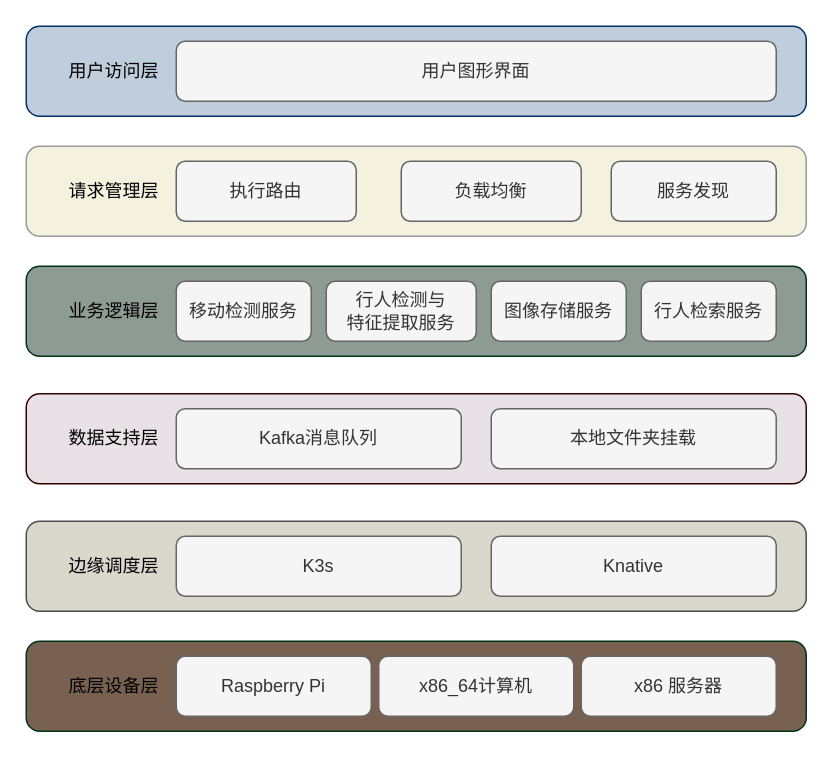
Above: page "系统总体框架" (4 of 6) of directory/边缘架构.drawio in lllwwwooo/draw.io (draw.io), before the change. Source tidied: cells renumbered, new cells numbered last; positions are measured from the earlier drawing's top-left corner, leaving out a move shared by most shapes. Both pictures are drawn from the tidied source at 150%, with x=0, y=0 at pixel (26, 26).
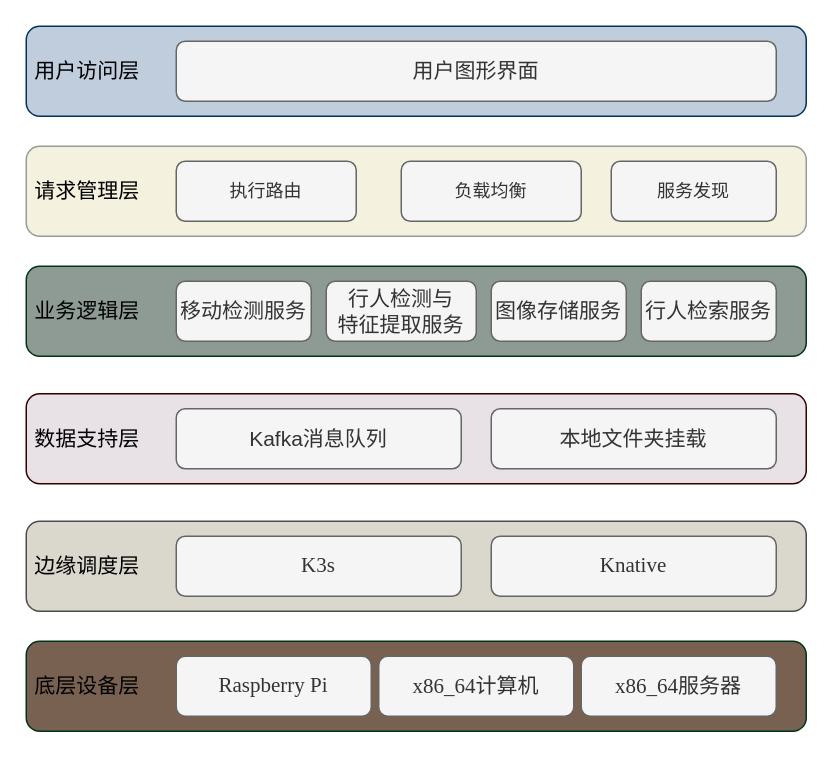
Above is the later version.

Change to the diagram source:
```diff
@@
-    <mxCell id="2" value="&lt;span style=&quot;white-space: pre;&quot;&gt;&#9;&lt;/span&gt;用户访问层" style="rounded=1;whiteSpace=wrap;html=1;align=left;fillColor=#BFCDDC;strokeColor=light-dark(#003366,#626D68);" parent="1" vertex="1">
+    <mxCell id="2" value="&lt;font face=&quot;宋体&quot; style=&quot;font-size: 14px;&quot;&gt;&amp;nbsp;用户访问层&lt;/font&gt;" style="rounded=1;whiteSpace=wrap;html=1;align=left;fillColor=#BFCDDC;strokeColor=light-dark(#003366,#626D68);" parent="1" vertex="1">
       <mxGeometry width="520" height="60" as="geometry" />
     </mxCell>
-    <mxCell id="3" value="用户图形界面" style="rounded=1;whiteSpace=wrap;html=1;fillColor=#f5f5f5;strokeColor=#666666;fontColor=#333333;" parent="1" vertex="1">
+    <mxCell id="3" value="&lt;font style=&quot;font-size: 14px;&quot; face=&quot;宋体&quot;&gt;用户图形界面&lt;/font&gt;" style="rounded=1;whiteSpace=wrap;html=1;fillColor=#f5f5f5;strokeColor=#666666;fontColor=#333333;" parent="1" vertex="1">
       <mxGeometry x="100" y="10" width="400" height="40" as="geometry" />
     </mxCell>
-    <mxCell id="4" value="&lt;span style=&quot;white-space: pre;&quot;&gt;&#9;&lt;/span&gt;请求管理层" style="rounded=1;whiteSpace=wrap;html=1;align=left;fillColor=#F4F1DE;strokeColor=light-dark(#999999,#996500);" parent="1" vertex="1">
+    <mxCell id="4" value="&lt;font face=&quot;宋体&quot; style=&quot;font-size: 14px;&quot;&gt;&amp;nbsp;请求管理层&lt;/font&gt;" style="rounded=1;whiteSpace=wrap;html=1;align=left;fillColor=#F4F1DE;strokeColor=light-dark(#999999,#996500);" parent="1" vertex="1">
       <mxGeometry y="80" width="520" height="60" as="geometry" />
     </mxCell>
-    <mxCell id="5" value="&lt;font face=&quot;Helvetica&quot;&gt;执行路由&lt;/font&gt;" style="rounded=1;whiteSpace=wrap;html=1;fillColor=#f5f5f5;strokeColor=#666666;fontColor=#333333;" parent="1" vertex="1">
+    <mxCell id="5" value="&lt;font face=&quot;宋体&quot;&gt;执行路由&lt;/font&gt;" style="rounded=1;whiteSpace=wrap;html=1;fillColor=#f5f5f5;strokeColor=#666666;fontColor=#333333;" parent="1" vertex="1">
       <mxGeometry x="100" y="90" width="120" height="40" as="geometry" />
     </mxCell>
-    <mxCell id="6" value="负载均衡" style="rounded=1;whiteSpace=wrap;html=1;fillColor=#f5f5f5;strokeColor=#666666;fontColor=#333333;" parent="1" vertex="1">
+    <mxCell id="6" value="&lt;font face=&quot;宋体&quot;&gt;负载均衡&lt;/font&gt;" style="rounded=1;whiteSpace=wrap;html=1;fillColor=#f5f5f5;strokeColor=#666666;fontColor=#333333;" parent="1" vertex="1">
       <mxGeometry x="250" y="90" width="120" height="40" as="geometry" />
     </mxCell>
-    <mxCell id="7" value="服务发现" style="rounded=1;whiteSpace=wrap;html=1;fillColor=#f5f5f5;strokeColor=#666666;fontColor=#333333;" parent="1" vertex="1">
+    <mxCell id="7" value="&lt;font face=&quot;宋体&quot;&gt;服务发现&lt;/font&gt;" style="rounded=1;whiteSpace=wrap;html=1;fillColor=#f5f5f5;strokeColor=#666666;fontColor=#333333;" parent="1" vertex="1">
       <mxGeometry x="390" y="90" width="110" height="40" as="geometry" />
     </mxCell>
-    <mxCell id="8" value="&lt;span style=&quot;white-space: pre;&quot;&gt;&#9;&lt;/span&gt;业务逻辑层" style="rounded=1;whiteSpace=wrap;html=1;align=left;fillColor=#8E9B95;strokeColor=#00331A;" parent="1" vertex="1">
+    <mxCell id="8" value="&lt;font style=&quot;font-size: 14px;&quot; face=&quot;宋体&quot;&gt;&amp;nbsp;业务逻辑层&lt;/font&gt;" style="rounded=1;whiteSpace=wrap;html=1;align=left;fillColor=#8E9B95;strokeColor=#00331A;" parent="1" vertex="1">
       <mxGeometry y="160" width="520" height="60" as="geometry" />
     </mxCell>
-    <mxCell id="9" value="&lt;font&gt;移动检测服务&lt;/font&gt;" style="rounded=1;whiteSpace=wrap;html=1;fillColor=#f5f5f5;strokeColor=#666666;fontColor=#333333;" parent="1" vertex="1">
+    <mxCell id="9" value="&lt;font style=&quot;font-size: 14px;&quot; face=&quot;宋体&quot;&gt;移动检测服务&lt;/font&gt;" style="rounded=1;whiteSpace=wrap;html=1;fillColor=#f5f5f5;strokeColor=#666666;fontColor=#333333;" parent="1" vertex="1">
       <mxGeometry x="100" y="170" width="90" height="40" as="geometry" />
     </mxCell>
-    <mxCell id="10" value="&lt;font&gt;行人检测与&lt;/font&gt;&lt;div&gt;&lt;font&gt;特征提取服务&lt;/font&gt;&lt;/div&gt;" style="rounded=1;whiteSpace=wrap;html=1;fillColor=#f5f5f5;strokeColor=#666666;fontColor=#333333;" parent="1" vertex="1">
+    <mxCell id="10" value="&lt;font style=&quot;font-size: 14px;&quot; face=&quot;宋体&quot;&gt;行人检测与&lt;/font&gt;&lt;div&gt;&lt;font style=&quot;font-size: 14px;&quot; face=&quot;宋体&quot;&gt;特征提取服务&lt;/font&gt;&lt;/div&gt;" style="rounded=1;whiteSpace=wrap;html=1;fillColor=#f5f5f5;strokeColor=#666666;fontColor=#333333;" parent="1" vertex="1">
       <mxGeometry x="200" y="170" width="100" height="40" as="geometry" />
     </mxCell>
-    <mxCell id="11" value="&lt;font face=&quot;Helvetica&quot;&gt;行人检索服务&lt;/font&gt;" style="rounded=1;whiteSpace=wrap;html=1;fillColor=#f5f5f5;strokeColor=#666666;fontColor=#333333;" parent="1" vertex="1">
+    <mxCell id="11" value="&lt;font style=&quot;font-size: 14px;&quot; face=&quot;宋体&quot;&gt;行人检索服务&lt;/font&gt;" style="rounded=1;whiteSpace=wrap;html=1;fillColor=#f5f5f5;strokeColor=#666666;fontColor=#333333;" parent="1" vertex="1">
       <mxGeometry x="410" y="170" width="90" height="40" as="geometry" />
     </mxCell>
-    <mxCell id="12" value="&lt;div&gt;&lt;font&gt;图像存储服务&lt;/font&gt;&lt;/div&gt;" style="rounded=1;whiteSpace=wrap;html=1;fillColor=#f5f5f5;strokeColor=#666666;fontColor=#333333;" parent="1" vertex="1">
+    <mxCell id="12" value="&lt;div&gt;&lt;font style=&quot;font-size: 14px;&quot; face=&quot;宋体&quot;&gt;图像存储服务&lt;/font&gt;&lt;/div&gt;" style="rounded=1;whiteSpace=wrap;html=1;fillColor=#f5f5f5;strokeColor=#666666;fontColor=#333333;" parent="1" vertex="1">
       <mxGeometry x="310" y="170" width="90" height="40" as="geometry" />
     </mxCell>
-    <mxCell id="13" value="&lt;span style=&quot;white-space: pre;&quot;&gt;&#9;&lt;/span&gt;数据支持层" style="rounded=1;whiteSpace=wrap;html=1;align=left;fillColor=#E8E2E6;strokeColor=#330000;" parent="1" vertex="1">
+    <mxCell id="13" value="&lt;font style=&quot;font-size: 14px;&quot; face=&quot;宋体&quot;&gt;&amp;nbsp;数据支持层&lt;/font&gt;" style="rounded=1;whiteSpace=wrap;html=1;align=left;fillColor=#E8E2E6;strokeColor=#330000;" parent="1" vertex="1">
       <mxGeometry y="245" width="520" height="60" as="geometry" />
     </mxCell>
-    <mxCell id="14" value="&lt;font&gt;Kafka消息队列&lt;/font&gt;" style="rounded=1;whiteSpace=wrap;html=1;fillColor=#f5f5f5;strokeColor=#666666;fontColor=#333333;" parent="1" vertex="1">
+    <mxCell id="14" value="&lt;font style=&quot;font-size: 14px;&quot; face=&quot;宋体&quot;&gt;Kafka消息队列&lt;/font&gt;" style="rounded=1;whiteSpace=wrap;html=1;fillColor=#f5f5f5;strokeColor=#666666;fontColor=#333333;" parent="1" vertex="1">
       <mxGeometry x="100" y="255" width="190" height="40" as="geometry" />
     </mxCell>
-    <mxCell id="15" value="&lt;font&gt;本地文件夹挂载&lt;/font&gt;" style="rounded=1;whiteSpace=wrap;html=1;fillColor=#f5f5f5;strokeColor=#666666;fontColor=#333333;" parent="1" vertex="1">
+    <mxCell id="15" value="&lt;font style=&quot;font-size: 14px;&quot; face=&quot;宋体&quot;&gt;本地文件夹挂载&lt;/font&gt;" style="rounded=1;whiteSpace=wrap;html=1;fillColor=#f5f5f5;strokeColor=#666666;fontColor=#333333;" parent="1" vertex="1">
       <mxGeometry x="310" y="255" width="190" height="40" as="geometry" />
     </mxCell>
-    <mxCell id="16" value="&lt;span style=&quot;white-space: pre;&quot;&gt;&#9;&lt;/span&gt;边缘调度层" style="rounded=1;whiteSpace=wrap;html=1;align=left;fillColor=#DAD7CD;strokeColor=#4D4D4D;" parent="1" vertex="1">
+    <mxCell id="16" value="&lt;font style=&quot;font-size: 14px;&quot; face=&quot;宋体&quot;&gt;&amp;nbsp;边缘调度层&lt;/font&gt;" style="rounded=1;whiteSpace=wrap;html=1;align=left;fillColor=#DAD7CD;strokeColor=#4D4D4D;" parent="1" vertex="1">
       <mxGeometry y="330" width="520" height="60" as="geometry" />
     </mxCell>
-    <mxCell id="17" value="&lt;font&gt;K3s&lt;/font&gt;" style="rounded=1;whiteSpace=wrap;html=1;fillColor=#f5f5f5;strokeColor=#666666;fontColor=#333333;" parent="1" vertex="1">
+    <mxCell id="17" value="&lt;font style=&quot;font-size: 14px;&quot; face=&quot;Times New Roman&quot;&gt;K3s&lt;/font&gt;" style="rounded=1;whiteSpace=wrap;html=1;fillColor=#f5f5f5;strokeColor=#666666;fontColor=#333333;" parent="1" vertex="1">
       <mxGeometry x="100" y="340" width="190" height="40" as="geometry" />
     </mxCell>
-    <mxCell id="18" value="&lt;font&gt;Knative&lt;/font&gt;" style="rounded=1;whiteSpace=wrap;html=1;fillColor=#f5f5f5;strokeColor=#666666;fontColor=#333333;" parent="1" vertex="1">
+    <mxCell id="18" value="&lt;font style=&quot;font-size: 14px;&quot; face=&quot;Times New Roman&quot;&gt;Knative&lt;/font&gt;" style="rounded=1;whiteSpace=wrap;html=1;fillColor=#f5f5f5;strokeColor=#666666;fontColor=#333333;" parent="1" vertex="1">
       <mxGeometry x="310" y="340" width="190" height="40" as="geometry" />
     </mxCell>
-    <mxCell id="19" value="&lt;span style=&quot;white-space: pre;&quot;&gt;&#9;&lt;/span&gt;底层设备层" style="rounded=1;whiteSpace=wrap;html=1;align=left;fillColor=#786151;strokeColor=#00331A;" parent="1" vertex="1">
+    <mxCell id="19" value="&lt;font style=&quot;font-size: 14px;&quot; face=&quot;宋体&quot;&gt;&amp;nbsp;底层设备层&lt;/font&gt;" style="rounded=1;whiteSpace=wrap;html=1;align=left;fillColor=#786151;strokeColor=#00331A;" parent="1" vertex="1">
       <mxGeometry y="410" width="520" height="60" as="geometry" />
     </mxCell>
-    <mxCell id="20" value="Raspberry Pi" style="rounded=1;whiteSpace=wrap;html=1;fillColor=#f5f5f5;strokeColor=#666666;fontColor=#333333;" parent="1" vertex="1">
+    <mxCell id="20" value="&lt;font style=&quot;font-size: 14px;&quot; face=&quot;Times New Roman&quot;&gt;Raspberry Pi&lt;/font&gt;" style="rounded=1;whiteSpace=wrap;html=1;fillColor=#f5f5f5;strokeColor=#666666;fontColor=#333333;" parent="1" vertex="1">
       <mxGeometry x="100" y="420" width="130" height="40" as="geometry" />
     </mxCell>
-    <mxCell id="21" value="x86_64计算机" style="rounded=1;whiteSpace=wrap;html=1;fillColor=#f5f5f5;strokeColor=#666666;fontColor=#333333;" parent="1" vertex="1">
+    <mxCell id="21" value="&lt;font face=&quot;Times New Roman&quot; style=&quot;font-size: 14px;&quot;&gt;x86_64&lt;/font&gt;&lt;font style=&quot;font-size: 14px;&quot; face=&quot;宋体&quot;&gt;计算机&lt;/font&gt;" style="rounded=1;whiteSpace=wrap;html=1;fillColor=#f5f5f5;strokeColor=#666666;fontColor=#333333;" parent="1" vertex="1">
       <mxGeometry x="235" y="420" width="130" height="40" as="geometry" />
     </mxCell>
-    <mxCell id="22" value="x86&lt;span style=&quot;background-color: transparent; color: light-dark(rgb(51, 51, 51), rgb(193, 193, 193));&quot;&gt;&amp;nbsp;服务器&lt;/span&gt;" style="rounded=1;whiteSpace=wrap;html=1;fillColor=#f5f5f5;strokeColor=#666666;fontColor=#333333;" parent="1" vertex="1">
+    <mxCell id="22" value="&lt;font style=&quot;font-size: 14px;&quot;&gt;&lt;span style=&quot;font-family: &amp;quot;Times New Roman&amp;quot;;&quot;&gt;x86_64&lt;/span&gt;&lt;span style=&quot;background-color: transparent; color: light-dark(rgb(51, 51, 51), rgb(193, 193, 193));&quot;&gt;&lt;font face=&quot;宋体&quot;&gt;服务器&lt;/font&gt;&lt;/span&gt;&lt;/font&gt;" style="rounded=1;whiteSpace=wrap;html=1;fillColor=#f5f5f5;strokeColor=#666666;fontColor=#333333;" parent="1" vertex="1">
       <mxGeometry x="370" y="420" width="130" height="40" as="geometry" />
     </mxCell>
```
